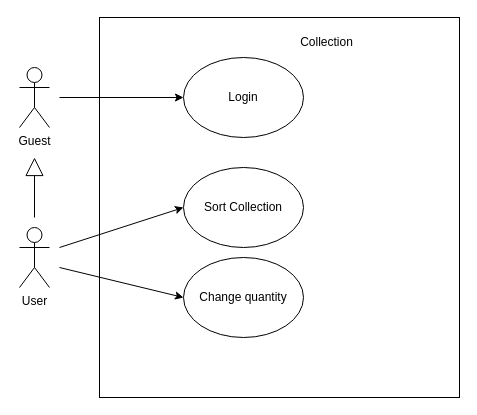
This is doc/shemas/use_case/use_case_collection_gtm.drawio from guillaumemouchet/Gathering-The-Magic, a draw.io file, before an edit. Source tidied: cells renumbered, new cells numbered last; positions are measured from the earlier drawing's top-left corner, leaving out a move shared by most shapes. Both pictures are drawn from the tidied source at 100%, with x=0, y=0 at pixel (19, 17).
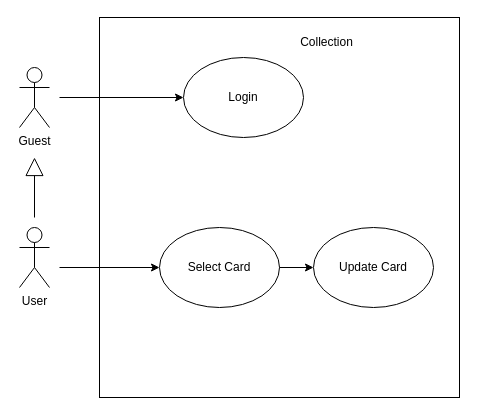
The same diagram, later.

What changed in the source:
```diff
@@
 <mxGraphModel>
   <root>
     <mxCell id="0" />
     <mxCell id="1" parent="0" />
     <mxCell id="2" value="User" style="shape=umlActor;verticalLabelPosition=bottom;verticalAlign=top;html=1;" parent="1" vertex="1">
       <mxGeometry y="210" width="30" height="60" as="geometry" />
     </mxCell>
     <mxCell id="3" value="Guest" style="shape=umlActor;verticalLabelPosition=bottom;verticalAlign=top;html=1;" parent="1" vertex="1">
       <mxGeometry y="50" width="30" height="60" as="geometry" />
     </mxCell>
     <mxCell id="4" style="rounded=0;whiteSpace=wrap;html=1;" parent="1" vertex="1">
       <mxGeometry x="80" width="360" height="380" as="geometry" />
     </mxCell>
     <mxCell id="5" value="Login" style="ellipse;whiteSpace=wrap;html=1;" parent="1" vertex="1">
       <mxGeometry x="164" y="40" width="120" height="80" as="geometry" />
     </mxCell>
     <mxCell id="6" style="endArrow=block;endSize=16;endFill=0;html=1;rounded=0;" parent="1" edge="1">
       <mxGeometry relative="1" as="geometry">
         <mxPoint x="15" y="200" as="sourcePoint" />
         <mxPoint x="15" y="140" as="targetPoint" />
       </mxGeometry>
     </mxCell>
-    <mxCell id="7" value="Sort Collection" style="ellipse;whiteSpace=wrap;html=1;" parent="1" vertex="1">
-      <mxGeometry x="164" y="150" width="120" height="80" as="geometry" />
-    </mxCell>
     <mxCell id="8" value="Collection" style="text;html=1;strokeColor=none;fillColor=none;align=center;verticalAlign=middle;whiteSpace=wrap;rounded=0;" parent="1" vertex="1">
       <mxGeometry x="260" y="10" width="95" height="30" as="geometry" />
     </mxCell>
     <mxCell id="9" style="endArrow=classic;html=1;rounded=0;" parent="1" edge="1" target="5">
       <mxGeometry relative="1" as="geometry">
         <mxPoint x="40" y="80" as="sourcePoint" />
       </mxGeometry>
     </mxCell>
-    <mxCell id="10" style="endArrow=classic;html=1;rounded=0;entryX=0;entryY=0.5;entryDx=0;entryDy=0;" parent="1" edge="1" target="7">
-      <mxGeometry relative="1" as="geometry">
-        <mxPoint x="40" y="230" as="sourcePoint" />
-      </mxGeometry>
-    </mxCell>
-    <mxCell id="11" value="Change quantity" style="ellipse;whiteSpace=wrap;html=1;" parent="1" vertex="1">
-      <mxGeometry x="164" y="240" width="120" height="80" as="geometry" />
+    <mxCell id="11" value="Select Card" style="ellipse;whiteSpace=wrap;html=1;" parent="1" vertex="1">
+      <mxGeometry x="140" y="210" width="120" height="80" as="geometry" />
     </mxCell>
     <mxCell id="12" style="endArrow=classic;html=1;rounded=0;entryX=0;entryY=0.5;entryDx=0;entryDy=0;" parent="1" edge="1" target="11">
       <mxGeometry relative="1" as="geometry">
         <mxPoint x="40" y="250" as="sourcePoint" />
       </mxGeometry>
     </mxCell>
+    <mxCell id="13" value="Update Card" style="ellipse;whiteSpace=wrap;html=1;" parent="1" vertex="1">
+      <mxGeometry x="294" y="210" width="120" height="80" as="geometry" />
+    </mxCell>
+    <mxCell id="14" style="endArrow=classic;html=1;rounded=0;entryX=0;entryY=0.5;entryDx=0;entryDy=0;" parent="1" edge="1">
+      <mxGeometry relative="1" as="geometry">
+        <mxPoint x="260" y="250" as="sourcePoint" />
+        <mxPoint x="294" y="250" as="targetPoint" />
+      </mxGeometry>
+    </mxCell>
   </root>
 </mxGraphModel>
```
